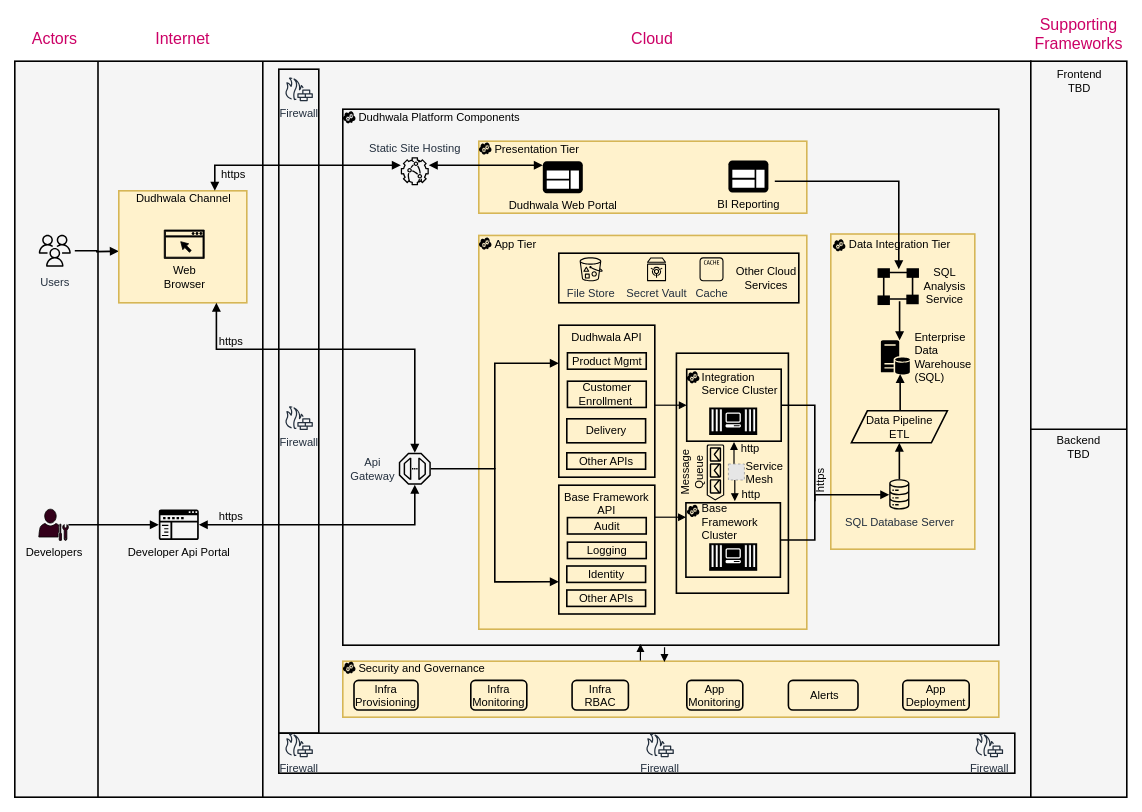
dudhwalas/dudhwala keeps this draw.io diagram as docs/diagram/logical_view.drawio. Above is the earlier version. Source tidied: cells renumbered, new cells numbered last; positions are measured from the earlier drawing's top-left corner, leaving out a move shared by most shapes. Both pictures are drawn from the tidied source at 80%, with x=0, y=0 at pixel (14, 21). Pictures stored in the file or linked from it are replaced by grey dashed boxes.
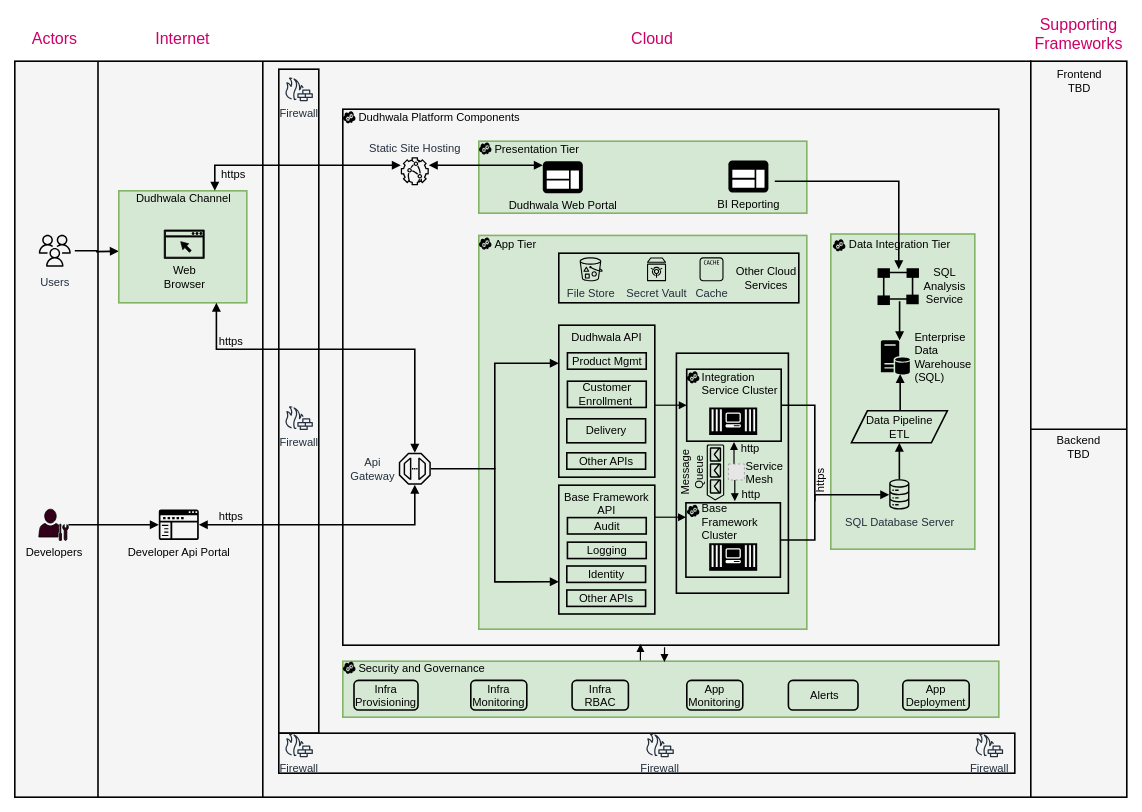
The same diagram, later.

Commit message (it also covers changes not shown here):
Updated logical view

Diff of the diagram source:
```diff
@@
-    <mxCell id="4" style="rounded=0;whiteSpace=wrap;html=1;sketch=0;fillStyle=solid;fillColor=#fff2cc;spacing=2;fontSize=14;fontFamily=Helvetica;labelBackgroundColor=none;strokeWidth=2;strokeColor=#d6b656;" parent="1" vertex="1">
+    <mxCell id="4" style="rounded=0;whiteSpace=wrap;html=1;sketch=0;fillStyle=solid;fillColor=#d5e8d4;spacing=2;fontSize=14;fontFamily=Helvetica;labelBackgroundColor=none;strokeWidth=2;strokeColor=#82b366;" parent="1" vertex="1">
       <mxGeometry x="1020" y="266" width="180" height="394" as="geometry" />
     </mxCell>
-    <mxCell id="5" style="rounded=0;whiteSpace=wrap;html=1;sketch=0;fillStyle=solid;fillColor=#fff2cc;spacing=2;fontSize=14;fontFamily=Helvetica;labelBackgroundColor=none;strokeWidth=2;strokeColor=#d6b656;" parent="1" vertex="1">
+    <mxCell id="5" style="rounded=0;whiteSpace=wrap;html=1;sketch=0;fillStyle=solid;fillColor=#d5e8d4;spacing=2;fontSize=14;fontFamily=Helvetica;labelBackgroundColor=none;strokeWidth=2;strokeColor=#82b366;" parent="1" vertex="1">
       <mxGeometry x="580" y="267.8" width="410" height="492.2" as="geometry" />
     </mxCell>
@@
-    <mxCell id="16" style="rounded=0;whiteSpace=wrap;html=1;sketch=0;fillStyle=solid;fillColor=#fff2cc;fontSize=14;fontFamily=Helvetica;labelBackgroundColor=none;strokeWidth=2;strokeColor=#d6b656;" parent="1" vertex="1">
+    <mxCell id="16" style="rounded=0;whiteSpace=wrap;html=1;sketch=0;fillStyle=solid;fillColor=#d5e8d4;fontSize=14;fontFamily=Helvetica;labelBackgroundColor=none;strokeWidth=2;strokeColor=#82b366;" parent="1" vertex="1">
       <mxGeometry x="130" y="212" width="160" height="140" as="geometry" />
     </mxCell>
@@
-    <mxCell id="32" style="rounded=0;whiteSpace=wrap;html=1;sketch=0;fillStyle=solid;fillColor=#fff2cc;fontSize=14;fontFamily=Helvetica;labelBackgroundColor=none;strokeWidth=2;strokeColor=#d6b656;" parent="1" vertex="1">
+    <mxCell id="32" style="rounded=0;whiteSpace=wrap;html=1;sketch=0;fillStyle=solid;fillColor=#d5e8d4;fontSize=14;fontFamily=Helvetica;labelBackgroundColor=none;strokeWidth=2;strokeColor=#82b366;" parent="1" vertex="1">
       <mxGeometry x="580" y="150" width="410" height="90" as="geometry" />
     </mxCell>
@@
-    <mxCell id="72" style="rounded=0;whiteSpace=wrap;html=1;sketch=0;fillStyle=solid;fillColor=#fff2cc;spacing=2;fontSize=14;fontFamily=Helvetica;labelBackgroundColor=none;strokeWidth=2;strokeColor=#d6b656;" parent="1" vertex="1">
+    <mxCell id="72" style="rounded=0;whiteSpace=wrap;html=1;sketch=0;fillStyle=solid;fillColor=#d5e8d4;spacing=2;fontSize=14;fontFamily=Helvetica;labelBackgroundColor=none;strokeWidth=2;strokeColor=#82b366;" parent="1" vertex="1">
       <mxGeometry x="410" y="800" width="820" height="70" as="geometry" />
     </mxCell>
```
